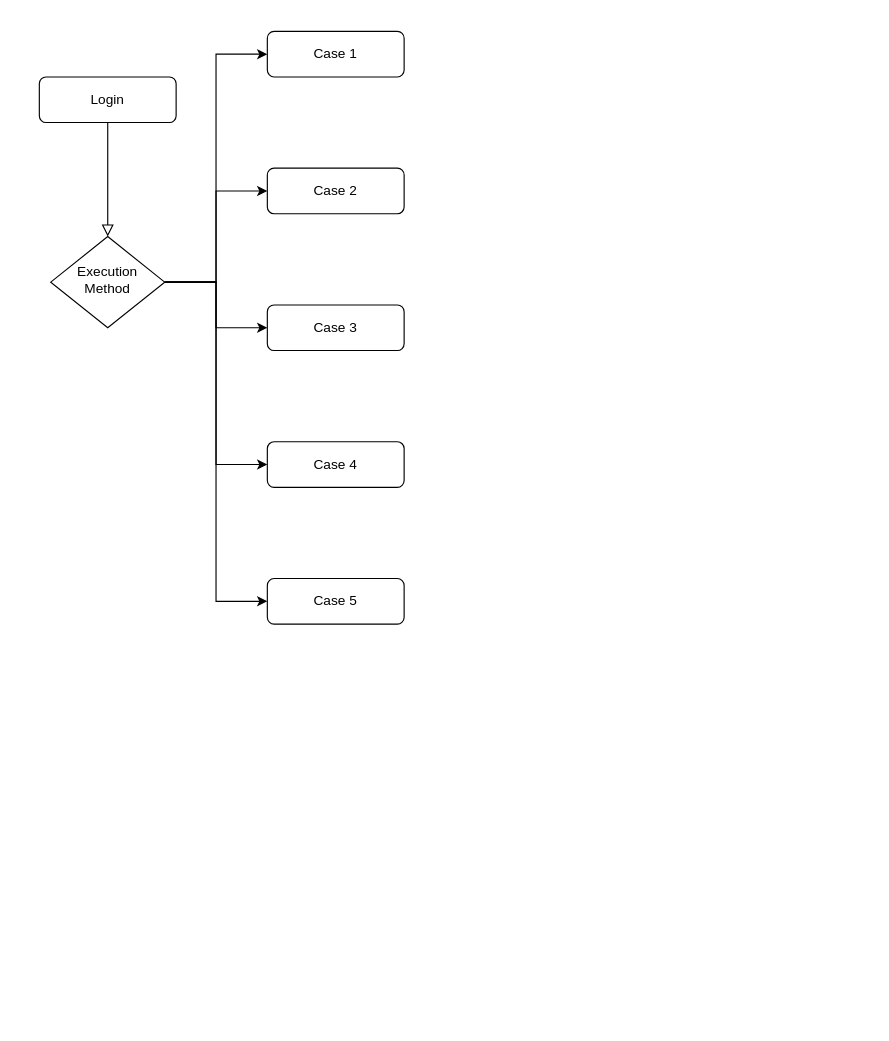
Earlier version of the draw.io diagram Untitled Diagram.drawio (30035858/30035858). Source tidied: cells renumbered, new cells numbered last; positions are measured from the earlier drawing's top-left corner, leaving out a move shared by most shapes. Both pictures are drawn from the tidied source at 114%, with x=0, y=0 at pixel (39, 31).
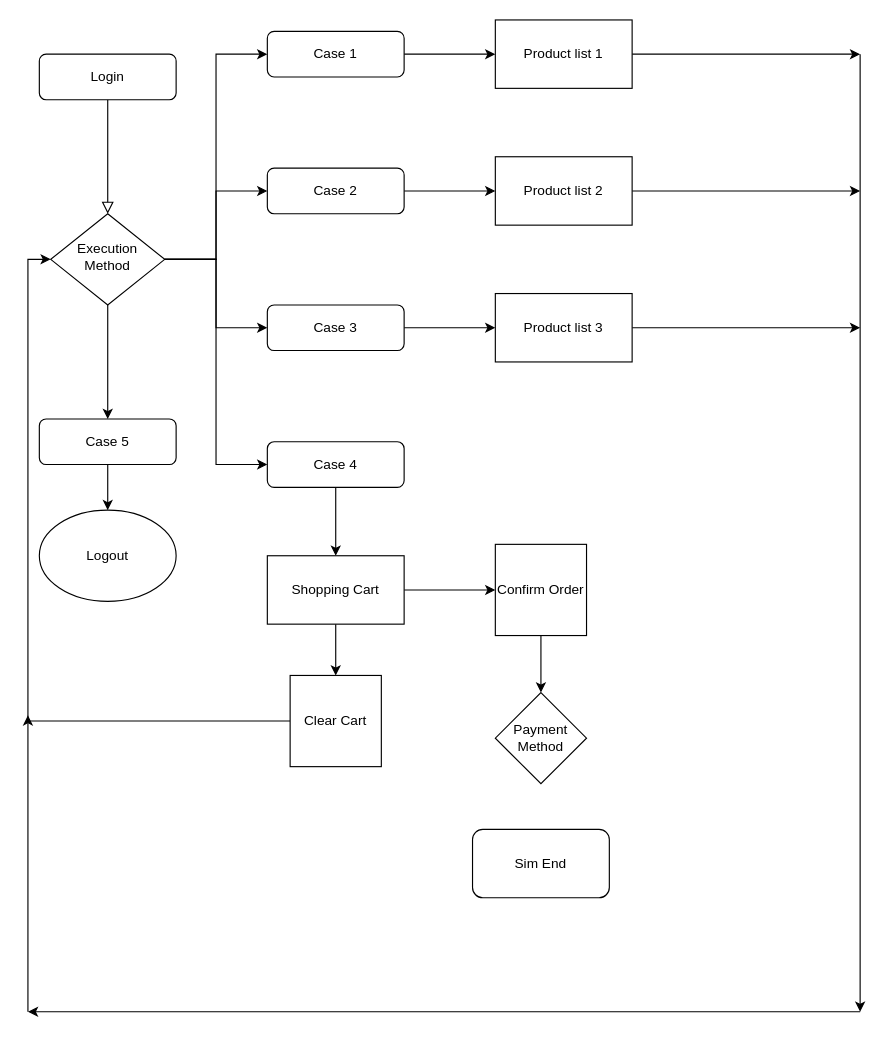
Above is the later version.

Commit message (it also covers changes not shown here):
TechTree Flow

Unchanged cells that the change refers to:
```xml
<mxCell id="10" value="Case 2" style="rounded=1;whiteSpace=wrap;html=1;fontSize=12;glass=0;strokeWidth=1;shadow=0;" parent="1" vertex="1">
  <mxGeometry x="200" y="120" width="120" height="40" as="geometry" />
</mxCell>
<mxCell id="11" value="Case 4" style="rounded=1;whiteSpace=wrap;html=1;fontSize=12;glass=0;strokeWidth=1;shadow=0;" parent="1" vertex="1">
  <mxGeometry x="200" y="360" width="120" height="40" as="geometry" />
</mxCell>
<mxCell id="12" value="Case 3" style="rounded=1;whiteSpace=wrap;html=1;fontSize=12;glass=0;strokeWidth=1;shadow=0;" parent="1" vertex="1">
  <mxGeometry x="200" y="240" width="120" height="40" as="geometry" />
</mxCell>
<mxCell id="13" value="Case 1" style="rounded=1;whiteSpace=wrap;html=1;fontSize=12;glass=0;strokeWidth=1;shadow=0;" parent="1" vertex="1">
  <mxGeometry x="200" width="120" height="40" as="geometry" />
</mxCell>
```

What changed in the source:
```diff
@@
     <mxCell id="3" value="Login" style="rounded=1;whiteSpace=wrap;html=1;fontSize=12;glass=0;strokeWidth=1;shadow=0;" parent="1" vertex="1">
-      <mxGeometry y="40" width="120" height="40" as="geometry" />
+      <mxGeometry y="20" width="120" height="40" as="geometry" />
     </mxCell>
@@
+    <mxCell id="8" style="edgeStyle=orthogonalEdgeStyle;rounded=0;jettySize=auto;html=1;entryX=0;entryY=0.5;entryDx=0;entryDy=0;" parent="1" edge="1" source="9" target="12">
+      <mxGeometry relative="1" as="geometry" />
+    </mxCell>
-    <mxCell id="7" style="edgeStyle=orthogonalEdgeStyle;rounded=0;jettySize=auto;html=1;entryX=0;entryY=0.5;entryDx=0;entryDy=0;" parent="1" edge="1" source="9" target="14">
+    <mxCell id="7" style="edgeStyle=orthogonalEdgeStyle;rounded=0;jettySize=auto;html=1;entryX=0.5;entryY=0;entryDx=0;entryDy=0;" parent="1" edge="1" source="9" target="14">
       <mxGeometry relative="1" as="geometry" />
     </mxCell>
-    <mxCell id="8" style="edgeStyle=orthogonalEdgeStyle;rounded=0;jettySize=auto;html=1;entryX=0;entryY=0.5;entryDx=0;entryDy=0;" parent="1" edge="1" source="9" target="12">
-      <mxGeometry relative="1" as="geometry" />
-    </mxCell>
     <mxCell id="9" value="Execution Method" style="rhombus;whiteSpace=wrap;html=1;shadow=0;fontFamily=Helvetica;fontSize=12;align=center;strokeWidth=1;spacing=6;spacingTop=-4;" parent="1" vertex="1">
-      <mxGeometry x="10" y="180" width="100" height="80" as="geometry" />
+      <mxGeometry x="10" y="160" width="100" height="80" as="geometry" />
     </mxCell>
+    <mxCell id="15" style="edgeStyle=orthogonalEdgeStyle;rounded=0;jettySize=auto;html=1;entryX=0;entryY=0.5;entryDx=0;entryDy=0;" parent="1" edge="1" source="10" target="23">
+      <mxGeometry relative="1" as="geometry" />
+    </mxCell>
@@
+    <mxCell id="16" style="edgeStyle=orthogonalEdgeStyle;rounded=0;jettySize=auto;html=1;entryX=0.5;entryY=0;entryDx=0;entryDy=0;" parent="1" edge="1" source="11" target="28">
+      <mxGeometry relative="1" as="geometry" />
+    </mxCell>
@@
+    <mxCell id="17" style="edgeStyle=orthogonalEdgeStyle;rounded=0;jettySize=auto;html=1;entryX=0;entryY=0.5;entryDx=0;entryDy=0;" parent="1" edge="1" source="12" target="25">
+      <mxGeometry relative="1" as="geometry" />
+    </mxCell>
@@
+    <mxCell id="18" style="edgeStyle=orthogonalEdgeStyle;rounded=0;jettySize=auto;html=1;entryX=0;entryY=0.5;entryDx=0;entryDy=0;" parent="1" edge="1" source="13" target="21">
+      <mxGeometry relative="1" as="geometry" />
+    </mxCell>
@@
+    <mxCell id="19" style="edgeStyle=orthogonalEdgeStyle;rounded=0;jettySize=auto;html=1;entryX=0.5;entryY=0;entryDx=0;entryDy=0;" parent="1" edge="1" source="14" target="29">
+      <mxGeometry relative="1" as="geometry" />
+    </mxCell>
     <mxCell id="14" value="Case 5" style="rounded=1;whiteSpace=wrap;html=1;fontSize=12;glass=0;strokeWidth=1;shadow=0;" parent="1" vertex="1">
-      <mxGeometry x="200" y="480" width="120" height="40" as="geometry" />
+      <mxGeometry y="340" width="120" height="40" as="geometry" />
     </mxCell>
+    <mxCell id="20" style="edgeStyle=none;rounded=0;jettySize=auto;html=1;" parent="1" edge="1" source="21">
+      <mxGeometry relative="1" as="geometry">
+        <mxPoint x="720" y="20" as="targetPoint" />
+      </mxGeometry>
+    </mxCell>
+    <mxCell id="21" value="Product list 1" style="rounded=0;whiteSpace=wrap;html=1;" parent="1" vertex="1">
+      <mxGeometry x="400" y="-10" width="120" height="60" as="geometry" />
+    </mxCell>
+    <mxCell id="22" style="edgeStyle=orthogonalEdgeStyle;rounded=0;jettySize=auto;html=1;" parent="1" edge="1" source="23">
+      <mxGeometry relative="1" as="geometry">
+        <mxPoint x="720" y="140" as="targetPoint" />
+      </mxGeometry>
+    </mxCell>
+    <mxCell id="23" value="Product list 2" style="rounded=0;whiteSpace=wrap;html=1;" parent="1" vertex="1">
+      <mxGeometry x="400" y="110" width="120" height="60" as="geometry" />
+    </mxCell>
+    <mxCell id="24" style="edgeStyle=orthogonalEdgeStyle;rounded=0;jettySize=auto;html=1;" parent="1" edge="1" source="25">
+      <mxGeometry relative="1" as="geometry">
+        <mxPoint x="720" y="260" as="targetPoint" />
+      </mxGeometry>
+    </mxCell>
+    <mxCell id="25" value="Product list 3" style="rounded=0;whiteSpace=wrap;html=1;" parent="1" vertex="1">
+      <mxGeometry x="400" y="230" width="120" height="60" as="geometry" />
+    </mxCell>
+    <mxCell id="26" style="edgeStyle=orthogonalEdgeStyle;rounded=0;jettySize=auto;html=1;entryX=0.5;entryY=0;entryDx=0;entryDy=0;" parent="1" edge="1" source="28" target="31">
+      <mxGeometry relative="1" as="geometry" />
+    </mxCell>
+    <mxCell id="27" style="edgeStyle=orthogonalEdgeStyle;rounded=0;jettySize=auto;html=1;entryX=0;entryY=0.5;entryDx=0;entryDy=0;" parent="1" edge="1" source="28" target="33">
+      <mxGeometry relative="1" as="geometry" />
+    </mxCell>
+    <mxCell id="28" value="Shopping Cart" style="rounded=0;whiteSpace=wrap;html=1;" parent="1" vertex="1">
+      <mxGeometry x="200" y="460" width="120" height="60" as="geometry" />
+    </mxCell>
+    <mxCell id="29" value="Logout" style="ellipse;whiteSpace=wrap;html=1;" parent="1" vertex="1">
+      <mxGeometry y="420" width="120" height="80" as="geometry" />
+    </mxCell>
+    <mxCell id="30" style="edgeStyle=orthogonalEdgeStyle;rounded=0;jettySize=auto;html=1;entryX=0;entryY=0.5;entryDx=0;entryDy=0;" parent="1" edge="1" source="31" target="9">
+      <mxGeometry relative="1" as="geometry" />
+    </mxCell>
+    <mxCell id="31" value="Clear Cart" style="whiteSpace=wrap;html=1;" parent="1" vertex="1">
+      <mxGeometry x="220" y="565" width="80" height="80" as="geometry" />
+    </mxCell>
+    <mxCell id="32" style="edgeStyle=orthogonalEdgeStyle;rounded=0;jettySize=auto;html=1;entryX=0.5;entryY=0;entryDx=0;entryDy=0;" parent="1" edge="1" source="33" target="34">
+      <mxGeometry relative="1" as="geometry" />
+    </mxCell>
+    <mxCell id="33" value="Confirm Order" style="whiteSpace=wrap;html=1;" parent="1" vertex="1">
+      <mxGeometry x="400" y="450" width="80" height="80" as="geometry" />
+    </mxCell>
+    <mxCell id="34" value="Payment Method" style="rhombus;whiteSpace=wrap;html=1;" parent="1" vertex="1">
+      <mxGeometry x="400" y="580" width="80" height="80" as="geometry" />
+    </mxCell>
+    <mxCell id="35" value="Sim End" style="rounded=1;whiteSpace=wrap;html=1;" parent="1" vertex="1">
+      <mxGeometry x="380" y="700" width="120" height="60" as="geometry" />
+    </mxCell>
+    <mxCell id="36" style="endArrow=classic;html=1;rounded=0;" parent="1" edge="1">
+      <mxGeometry relative="1" as="geometry">
+        <mxPoint x="720" y="20" as="sourcePoint" />
+        <mxPoint x="720" y="860" as="targetPoint" />
+      </mxGeometry>
+    </mxCell>
+    <mxCell id="37" style="endArrow=classic;html=1;rounded=0;" parent="1" edge="1">
+      <mxGeometry relative="1" as="geometry">
+        <mxPoint x="720" y="860" as="sourcePoint" />
+        <mxPoint x="-10" y="860" as="targetPoint" />
+      </mxGeometry>
+    </mxCell>
+    <mxCell id="38" style="endArrow=classic;html=1;rounded=0;" parent="1" edge="1">
+      <mxGeometry relative="1" as="geometry">
+        <mxPoint x="-10" y="860" as="sourcePoint" />
+        <mxPoint x="-10" y="600" as="targetPoint" />
+      </mxGeometry>
+    </mxCell>
```
